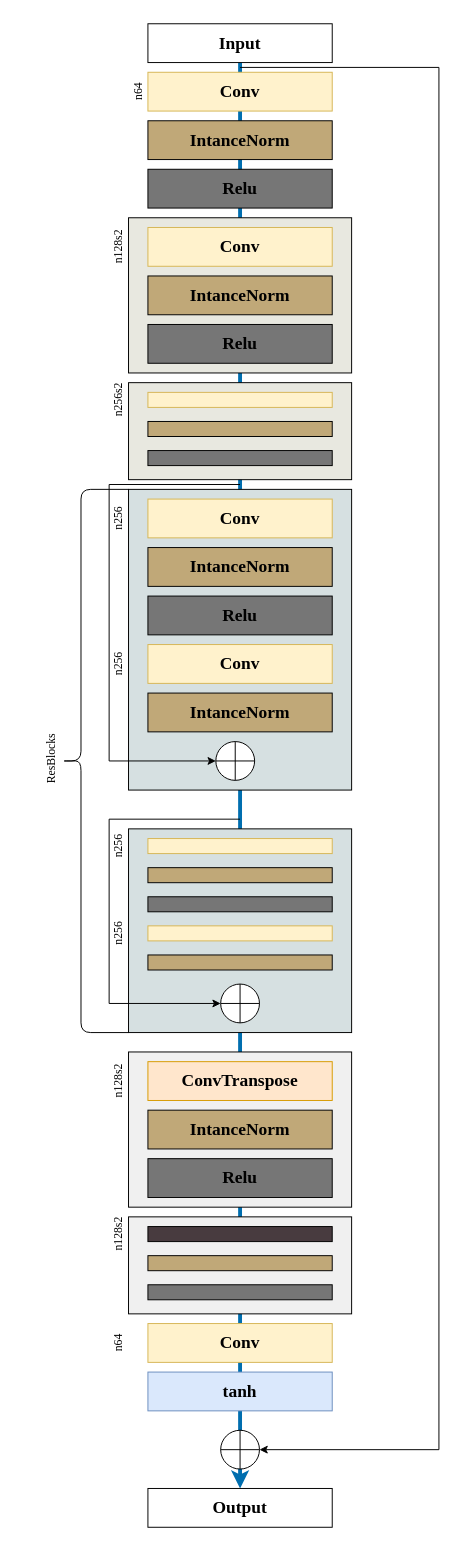
Earlier version of the draw.io diagram generator-architecture.drawio (LFNing/General). Source tidied: cells renumbered, new cells numbered last; positions are measured from the earlier drawing's top-left corner, leaving out a move shared by most shapes. Both pictures are drawn from the tidied source at 97%, with x=0, y=0 at pixel (41, 23).
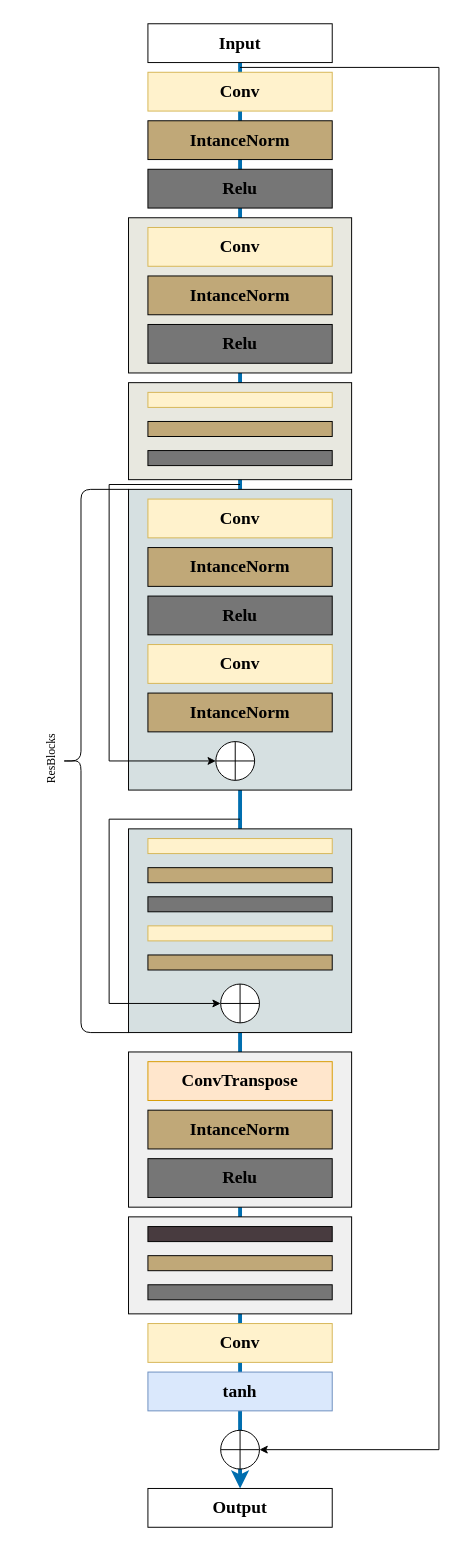
The same diagram, later.

Diff of the diagram source:
```diff
@@
-    <mxCell id="45" value="&lt;h6&gt;&lt;span style=&quot;font-weight: normal;&quot;&gt;n64&lt;/span&gt;&lt;/h6&gt;" style="text;html=1;strokeColor=none;fillColor=none;align=center;verticalAlign=middle;whiteSpace=wrap;rounded=0;fontFamily=Times New Roman;fontSize=18;direction=east;horizontal=0;" parent="1" vertex="1">
-      <mxGeometry x="90" y="25" width="20" height="90" as="geometry" />
-    </mxCell>
-    <mxCell id="46" value="&lt;h6&gt;&lt;span style=&quot;font-weight: normal;&quot;&gt;n128s2&lt;/span&gt;&lt;/h6&gt;" style="text;html=1;strokeColor=none;fillColor=none;align=center;verticalAlign=middle;whiteSpace=wrap;rounded=0;fontFamily=Times New Roman;fontSize=18;direction=east;horizontal=0;" parent="1" vertex="1">
-      <mxGeometry x="70" y="185" width="20" height="90" as="geometry" />
-    </mxCell>
-    <mxCell id="47" value="&lt;h6&gt;&lt;span style=&quot;font-weight: normal;&quot;&gt;n256s2&lt;/span&gt;&lt;/h6&gt;" style="text;html=1;strokeColor=none;fillColor=none;align=center;verticalAlign=middle;whiteSpace=wrap;rounded=0;fontFamily=Times New Roman;fontSize=18;direction=east;horizontal=0;" parent="1" vertex="1">
-      <mxGeometry x="70" y="342.8" width="20" height="90" as="geometry" />
-    </mxCell>
-    <mxCell id="48" value="&lt;h6&gt;&lt;span style=&quot;font-weight: normal;&quot;&gt;n256&lt;/span&gt;&lt;/h6&gt;" style="text;html=1;strokeColor=none;fillColor=none;align=center;verticalAlign=middle;whiteSpace=wrap;rounded=0;fontFamily=Times New Roman;fontSize=18;direction=east;horizontal=0;" parent="1" vertex="1">
-      <mxGeometry x="70" y="465" width="20" height="90" as="geometry" />
-    </mxCell>
-    <mxCell id="49" value="&lt;h6&gt;&lt;span style=&quot;font-weight: normal;&quot;&gt;n256&lt;/span&gt;&lt;/h6&gt;" style="text;html=1;strokeColor=none;fillColor=none;align=center;verticalAlign=middle;whiteSpace=wrap;rounded=0;fontFamily=Times New Roman;fontSize=18;direction=east;horizontal=0;" parent="1" vertex="1">
-      <mxGeometry x="70" y="615" width="20" height="90" as="geometry" />
-    </mxCell>
-    <mxCell id="50" value="&lt;h6&gt;&lt;span style=&quot;font-weight: normal;&quot;&gt;n128s2&lt;/span&gt;&lt;/h6&gt;" style="text;html=1;strokeColor=none;fillColor=none;align=center;verticalAlign=middle;whiteSpace=wrap;rounded=0;fontFamily=Times New Roman;fontSize=18;direction=east;horizontal=0;" parent="1" vertex="1">
-      <mxGeometry x="70" y="1045" width="20" height="90" as="geometry" />
-    </mxCell>
-    <mxCell id="51" value="&lt;h6&gt;&lt;span style=&quot;font-weight: normal;&quot;&gt;n256&lt;/span&gt;&lt;/h6&gt;" style="text;html=1;strokeColor=none;fillColor=none;align=center;verticalAlign=middle;whiteSpace=wrap;rounded=0;fontFamily=Times New Roman;fontSize=18;direction=east;horizontal=0;" parent="1" vertex="1">
-      <mxGeometry x="70" y="802.8" width="20" height="90" as="geometry" />
-    </mxCell>
-    <mxCell id="52" value="&lt;h6&gt;&lt;span style=&quot;font-weight: normal;&quot;&gt;n256&lt;/span&gt;&lt;/h6&gt;" style="text;html=1;strokeColor=none;fillColor=none;align=center;verticalAlign=middle;whiteSpace=wrap;rounded=0;fontFamily=Times New Roman;fontSize=18;direction=east;horizontal=0;" parent="1" vertex="1">
-      <mxGeometry x="70" y="892.8" width="20" height="90" as="geometry" />
-    </mxCell>
-    <mxCell id="53" value="&lt;h6&gt;&lt;span style=&quot;font-weight: normal;&quot;&gt;n128s2&lt;/span&gt;&lt;/h6&gt;" style="text;html=1;strokeColor=none;fillColor=none;align=center;verticalAlign=middle;whiteSpace=wrap;rounded=0;fontFamily=Times New Roman;fontSize=18;direction=east;horizontal=0;" parent="1" vertex="1">
-      <mxGeometry x="70" y="1202.8" width="20" height="90" as="geometry" />
-    </mxCell>
-    <mxCell id="54" value="&lt;h6&gt;&lt;span style=&quot;font-weight: normal;&quot;&gt;n64&lt;/span&gt;&lt;/h6&gt;" style="text;html=1;strokeColor=none;fillColor=none;align=center;verticalAlign=middle;whiteSpace=wrap;rounded=0;fontFamily=Times New Roman;fontSize=18;direction=east;horizontal=0;" parent="1" vertex="1">
-      <mxGeometry x="70" y="1315" width="20" height="90" as="geometry" />
-    </mxCell>
```
